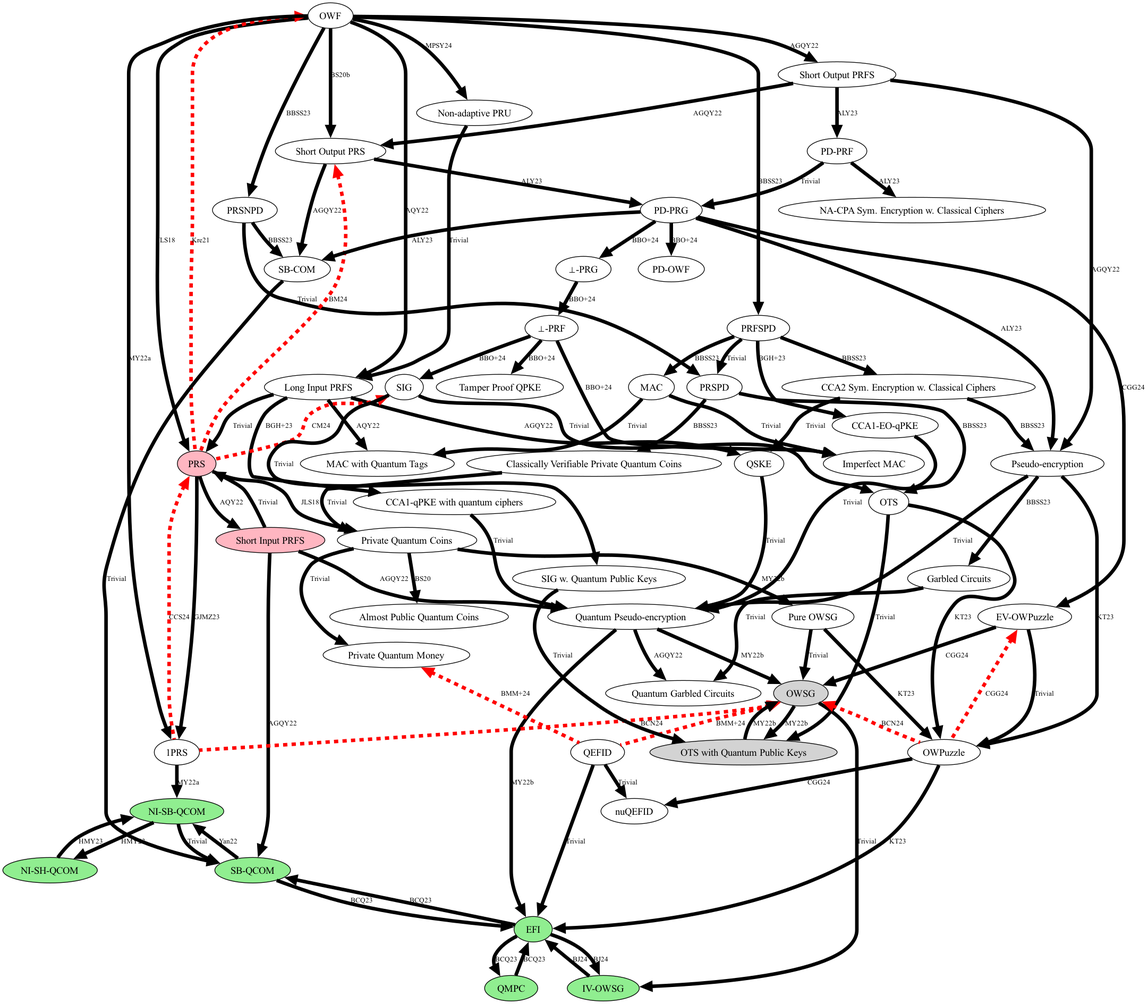
This is microcrypt.png from sattath/microcrypt-zoo, a Graphviz export, as it was before one commit. Its source is kept beside it as microcrypt.gv.
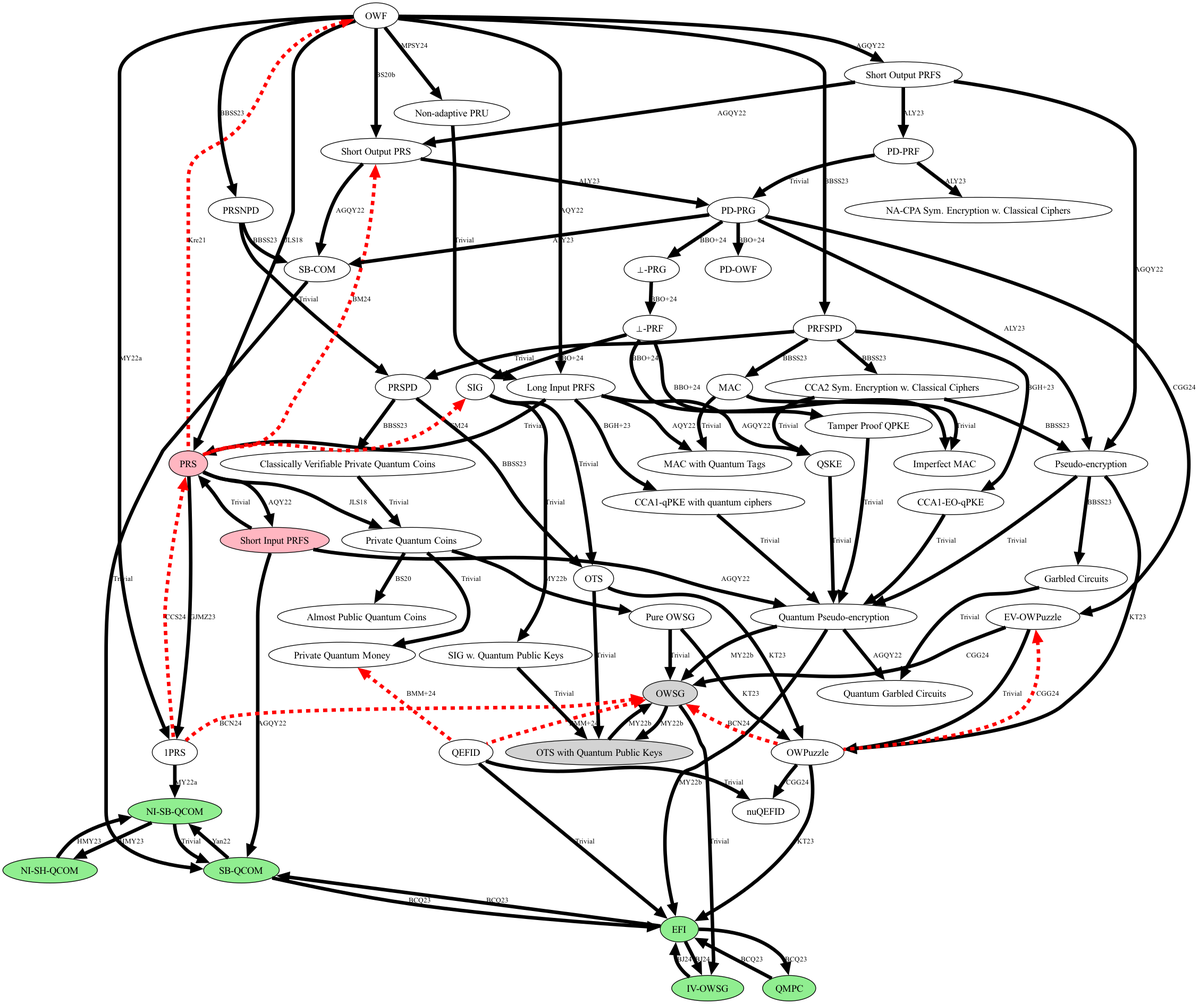
Later version of the same file.

Commit message:
tamper proof QPKE implies pseudo-encryption

The edit, as a diff of the source:
```diff
@@ -88,6 +88,7 @@
     MAC -> "Imperfect MAC"; // TRV
     "CCA1-EO-qPKE" -> "Quantum Pseudo-encryption"; // TRV
     "CCA1-qPKE with quantum ciphers" -> "Quantum Pseudo-encryption"; // TRV
+    "Tamper Proof QPKE" -> "Quantum Pseudo-encryption"; // TRV
     QSKE -> "Quantum Pseudo-encryption"; // TRV
     "Pseudo-encryption" -> "Quantum Pseudo-encryption"; // TRV
     "CCA2 Sym. Encryption w. Classical Ciphers" -> QSKE; // TRV
```
